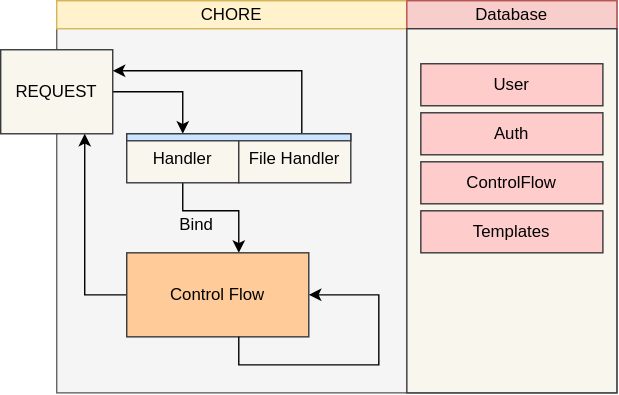
Earlier version of the draw.io export docs/info/assets/chore-diagram.svg (rakunlabs/chore). Source tidied: cells renumbered, new cells last; positions are measured from the earlier drawing's top-left corner, leaving out a move shared by most shapes.
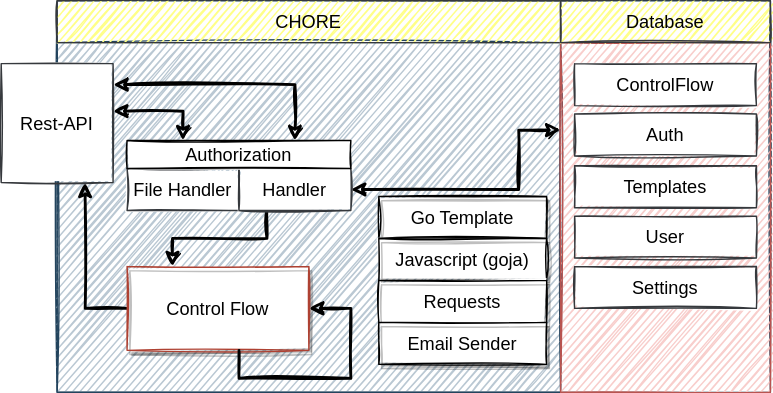
The same file after the commit.

What changed in the source:
```diff
@@ -2,77 +2,105 @@
   <root>
     <mxCell id="0" />
     <mxCell id="1" parent="0" />
+    <mxCell id="21" style="rounded=0;whiteSpace=wrap;html=1;fillColor=default;strokeColor=#23445d;sketch=1;shadow=0;strokeWidth=1;fontFamily=Helvetica;fontSize=13;" parent="1" vertex="1">
+      <mxGeometry x="40" width="510" height="280" as="geometry" />
+    </mxCell>
-    <mxCell id="2" style="rounded=0;whiteSpace=wrap;html=1;fillColor=#f5f5f5;fontColor=#333333;strokeColor=#666666;sketch=0;shadow=0;" parent="1" vertex="1">
-      <mxGeometry x="40" width="400" height="280" as="geometry" />
+    <mxCell id="2" style="rounded=0;whiteSpace=wrap;html=1;fillColor=#bac8d3;strokeColor=#23445d;sketch=1;shadow=0;strokeWidth=1;fontFamily=Helvetica;fontSize=13;" parent="1" vertex="1">
+      <mxGeometry x="40" y="30" width="360" height="250" as="geometry" />
     </mxCell>
-    <mxCell id="3" value="CHORE" style="rounded=0;whiteSpace=wrap;html=1;align=center;fillColor=#fff2cc;strokeColor=#d6b656;sketch=0;shadow=0;" parent="1" vertex="1">
-      <mxGeometry x="40" width="250" height="20" as="geometry" />
+    <mxCell id="3" value="CHORE" style="rounded=0;whiteSpace=wrap;html=1;align=center;fillColor=#ffff88;strokeColor=#36393d;sketch=1;shadow=0;strokeWidth=1;fontFamily=Helvetica;fontSize=13;" parent="1" vertex="1">
+      <mxGeometry x="40" width="360" height="30" as="geometry" />
     </mxCell>
-    <mxCell id="4" style="edgeStyle=orthogonalEdgeStyle;rounded=0;jettySize=auto;html=1;sketch=0;shadow=0;" parent="1" edge="1" source="5" target="10">
+    <mxCell id="4" style="edgeStyle=orthogonalEdgeStyle;rounded=0;jettySize=auto;html=1;sketch=1;shadow=0;strokeWidth=2;entryX=0.25;entryY=0;entryDx=0;entryDy=0;exitX=0.25;exitY=1;exitDx=0;exitDy=0;fontFamily=Helvetica;fontSize=13;" parent="1" edge="1" source="12" target="10">
       <mxGeometry relative="1" as="geometry">
         <Array as="points">
-          <mxPoint x="130" y="150" />
-          <mxPoint x="170" y="150" />
+          <mxPoint x="190" y="170" />
+          <mxPoint x="123" y="170" />
         </Array>
       </mxGeometry>
     </mxCell>
-    <mxCell id="5" value="Handler" style="rounded=0;whiteSpace=wrap;html=1;fillColor=#f9f7ed;strokeColor=#36393d;sketch=0;shadow=0;" parent="1" vertex="1">
-      <mxGeometry x="90" y="95" width="80" height="35" as="geometry" />
+    <mxCell id="5" value="File Handler" style="rounded=0;whiteSpace=wrap;html=1;fillColor=default;strokeColor=#36393d;sketch=1;shadow=0;strokeWidth=1;fontFamily=Helvetica;fontSize=13;" parent="1" vertex="1">
+      <mxGeometry x="90" y="120" width="80" height="30" as="geometry" />
     </mxCell>
-    <mxCell id="6" style="edgeStyle=orthogonalEdgeStyle;rounded=0;jettySize=auto;html=1;entryX=0.5;entryY=0;entryDx=0;entryDy=0;sketch=0;shadow=0;" parent="1" edge="1" source="7" target="5">
-      <mxGeometry relative="1" as="geometry" />
+    <mxCell id="6" style="edgeStyle=orthogonalEdgeStyle;rounded=0;jettySize=auto;html=1;entryX=0.25;entryY=0;entryDx=0;entryDy=0;sketch=1;shadow=0;strokeWidth=2;exitX=0.999;exitY=0.4;exitDx=0;exitDy=0;exitPerimeter=0;startArrow=classic;startFill=1;fontFamily=Helvetica;fontSize=13;" parent="1" edge="1" source="7" target="14">
+      <mxGeometry relative="1" as="geometry">
+        <Array as="points">
+          <mxPoint x="130" y="79" />
+        </Array>
+      </mxGeometry>
     </mxCell>
-    <mxCell id="7" value="REQUEST" style="rounded=0;whiteSpace=wrap;html=1;sketch=0;shadow=0;fillColor=#f9f7ed;strokeColor=#36393d;" parent="1" vertex="1">
-      <mxGeometry y="35" width="80" height="60" as="geometry" />
+    <mxCell id="7" value="Rest-API" style="rounded=0;whiteSpace=wrap;html=1;sketch=1;shadow=0;fillColor=default;strokeColor=#36393d;strokeWidth=1;fontFamily=Helvetica;fontSize=13;" parent="1" vertex="1">
+      <mxGeometry y="45" width="80" height="85" as="geometry" />
     </mxCell>
-    <mxCell id="8" value="Database" style="rounded=0;whiteSpace=wrap;html=1;fillColor=#f8cecc;strokeColor=#b85450;sketch=0;shadow=0;" parent="1" vertex="1">
-      <mxGeometry x="290" width="150" height="20" as="geometry" />
-    </mxCell>
-    <mxCell id="9" style="edgeStyle=orthogonalEdgeStyle;rounded=0;jettySize=auto;html=1;entryX=0.75;entryY=1;entryDx=0;entryDy=0;sketch=0;shadow=0;" parent="1" edge="1" source="10" target="7">
+    <mxCell id="9" style="edgeStyle=orthogonalEdgeStyle;rounded=0;jettySize=auto;html=1;entryX=0.75;entryY=1;entryDx=0;entryDy=0;sketch=1;shadow=0;strokeWidth=2;fontFamily=Helvetica;fontSize=13;" parent="1" edge="1" source="10" target="7">
       <mxGeometry relative="1" as="geometry" />
     </mxCell>
-    <mxCell id="10" value="Control Flow" style="whiteSpace=wrap;html=1;rounded=0;fillColor=#ffcc99;strokeColor=#36393d;sketch=0;shadow=0;glass=0;" parent="1" vertex="1">
-      <mxGeometry x="90" y="180" width="130" height="60" as="geometry" />
+    <mxCell id="10" value="Control Flow" style="whiteSpace=wrap;html=1;rounded=0;sketch=1;shadow=1;glass=0;strokeWidth=1;fillColor=default;strokeColor=#ae4132;fontFamily=Helvetica;fontSize=13;" parent="1" vertex="1">
+      <mxGeometry x="90" y="190" width="130" height="60" as="geometry" />
     </mxCell>
-    <mxCell id="11" style="edgeStyle=orthogonalEdgeStyle;rounded=0;jettySize=auto;html=1;entryX=1;entryY=0.25;entryDx=0;entryDy=0;sketch=0;shadow=0;" parent="1" edge="1" source="12" target="7">
+    <mxCell id="11" style="edgeStyle=orthogonalEdgeStyle;rounded=0;jettySize=auto;html=1;sketch=1;shadow=0;exitX=0.75;exitY=0;exitDx=0;exitDy=0;strokeWidth=2;startArrow=classic;startFill=1;fontFamily=Helvetica;fontSize=13;" parent="1" edge="1" source="14">
       <mxGeometry relative="1" as="geometry">
+        <mxPoint x="80" y="60" as="targetPoint" />
         <Array as="points">
-          <mxPoint x="215" y="50" />
+          <mxPoint x="210" y="60" />
+          <mxPoint x="80" y="60" />
         </Array>
       </mxGeometry>
     </mxCell>
+    <mxCell id="22" style="edgeStyle=elbowEdgeStyle;rounded=0;jettySize=auto;html=1;exitX=1;exitY=0.5;exitDx=0;exitDy=0;entryX=1;entryY=0.25;entryDx=0;entryDy=0;startArrow=classic;startFill=1;strokeColor=#000000;strokeWidth=2;sketch=1;shadow=0;fontFamily=Helvetica;fontSize=13;" parent="1" edge="1" source="12" target="2">
+      <mxGeometry relative="1" as="geometry">
+        <Array as="points">
+          <mxPoint x="370" y="100" />
+        </Array>
+      </mxGeometry>
+    </mxCell>
-    <mxCell id="12" value="File Handler" style="rounded=0;whiteSpace=wrap;html=1;fillColor=#f9f7ed;strokeColor=#36393d;sketch=0;shadow=0;" parent="1" vertex="1">
-      <mxGeometry x="170" y="95" width="80" height="35" as="geometry" />
+    <mxCell id="12" value="Handler" style="rounded=0;whiteSpace=wrap;html=1;fillColor=default;strokeColor=#36393d;sketch=1;shadow=0;strokeWidth=1;fontFamily=Helvetica;fontSize=13;" parent="1" vertex="1">
+      <mxGeometry x="170" y="120" width="80" height="30" as="geometry" />
     </mxCell>
-    <mxCell id="13" style="edgeStyle=orthogonalEdgeStyle;rounded=0;orthogonalLoop=1;jettySize=auto;html=1;entryX=1;entryY=0.5;entryDx=0;entryDy=0;sketch=0;shadow=0;" parent="1" edge="1" source="10" target="10">
+    <mxCell id="13" style="edgeStyle=orthogonalEdgeStyle;rounded=0;orthogonalLoop=1;jettySize=auto;html=1;entryX=1;entryY=0.5;entryDx=0;entryDy=0;sketch=1;shadow=0;strokeWidth=2;fontFamily=Helvetica;fontSize=13;" parent="1" edge="1" source="10" target="10">
       <mxGeometry relative="1" as="geometry">
         <Array as="points">
-          <mxPoint x="170" y="260" />
-          <mxPoint x="270" y="260" />
-          <mxPoint x="270" y="210" />
+          <mxPoint x="170" y="270" />
+          <mxPoint x="250" y="270" />
+          <mxPoint x="250" y="220" />
         </Array>
       </mxGeometry>
     </mxCell>
-    <mxCell id="14" style="rounded=0;whiteSpace=wrap;html=1;shadow=0;glass=0;fillColor=#cce5ff;strokeColor=#36393d;" parent="1" vertex="1">
-      <mxGeometry x="90" y="95" width="160" height="5" as="geometry" />
+    <mxCell id="14" value="Authorization" style="rounded=0;whiteSpace=wrap;html=1;shadow=0;glass=0;strokeWidth=1;sketch=1;fontFamily=Helvetica;fontSize=13;" parent="1" vertex="1">
+      <mxGeometry x="90" y="100" width="160" height="20" as="geometry" />
     </mxCell>
-    <mxCell id="15" value="Bind" style="text;html=1;strokeColor=none;fillColor=none;align=center;verticalAlign=middle;whiteSpace=wrap;rounded=0;shadow=0;glass=0;" parent="1" vertex="1">
-      <mxGeometry x="110" y="152.5" width="60" height="15" as="geometry" />
-    </mxCell>
-    <mxCell id="16" style="rounded=0;whiteSpace=wrap;html=1;shadow=0;glass=0;fillColor=#f9f7ed;strokeColor=#36393d;" parent="1" vertex="1">
-      <mxGeometry x="290" y="20" width="150" height="260" as="geometry" />
+    <mxCell id="16" style="rounded=0;whiteSpace=wrap;html=1;shadow=0;glass=0;fillColor=#f8cecc;strokeColor=#b85450;strokeWidth=1;sketch=1;fontFamily=Helvetica;fontSize=13;" parent="1" vertex="1">
+      <mxGeometry x="400" y="30" width="150" height="250" as="geometry" />
     </mxCell>
-    <mxCell id="17" value="User" style="rounded=0;whiteSpace=wrap;html=1;shadow=0;glass=0;fillColor=#ffcccc;strokeColor=#36393d;" parent="1" vertex="1">
-      <mxGeometry x="300" y="45" width="130" height="30" as="geometry" />
+    <mxCell id="17" value="ControlFlow" style="rounded=0;whiteSpace=wrap;html=1;shadow=0;glass=0;fillColor=default;strokeColor=#36393d;strokeWidth=1;sketch=1;fontFamily=Helvetica;fontSize=13;" parent="1" vertex="1">
+      <mxGeometry x="410" y="45" width="130" height="30" as="geometry" />
     </mxCell>
-    <mxCell id="18" value="ControlFlow" style="rounded=0;whiteSpace=wrap;html=1;shadow=0;glass=0;fillColor=#ffcccc;strokeColor=#36393d;" parent="1" vertex="1">
-      <mxGeometry x="300" y="115" width="130" height="30" as="geometry" />
+    <mxCell id="18" value="Templates" style="rounded=0;whiteSpace=wrap;html=1;shadow=0;glass=0;fillColor=default;strokeColor=#36393d;strokeWidth=1;sketch=1;fontFamily=Helvetica;fontSize=13;" parent="1" vertex="1">
+      <mxGeometry x="410" y="118" width="130" height="30" as="geometry" />
     </mxCell>
-    <mxCell id="19" value="Auth" style="rounded=0;whiteSpace=wrap;html=1;shadow=0;glass=0;fillColor=#ffcccc;strokeColor=#36393d;" parent="1" vertex="1">
-      <mxGeometry x="300" y="80" width="130" height="30" as="geometry" />
+    <mxCell id="19" value="Auth" style="rounded=0;whiteSpace=wrap;html=1;shadow=0;glass=0;fillColor=default;strokeColor=#36393d;strokeWidth=1;sketch=1;fontFamily=Helvetica;fontSize=13;" parent="1" vertex="1">
+      <mxGeometry x="410" y="81" width="130" height="30" as="geometry" />
     </mxCell>
-    <mxCell id="20" value="Templates" style="rounded=0;whiteSpace=wrap;html=1;shadow=0;glass=0;fillColor=#ffcccc;strokeColor=#36393d;" parent="1" vertex="1">
-      <mxGeometry x="300" y="150" width="130" height="30" as="geometry" />
+    <mxCell id="20" value="User" style="rounded=0;whiteSpace=wrap;html=1;shadow=0;glass=0;fillColor=default;strokeColor=#36393d;strokeWidth=1;sketch=1;fontFamily=Helvetica;fontSize=13;" parent="1" vertex="1">
+      <mxGeometry x="410" y="154" width="130" height="30" as="geometry" />
     </mxCell>
+    <mxCell id="23" value="Settings" style="rounded=0;whiteSpace=wrap;html=1;shadow=0;glass=0;fillColor=default;strokeColor=#36393d;strokeWidth=1;sketch=1;fontFamily=Helvetica;fontSize=13;" parent="1" vertex="1">
+      <mxGeometry x="410" y="190" width="130" height="30" as="geometry" />
+    </mxCell>
+    <mxCell id="8" value="Database" style="rounded=0;whiteSpace=wrap;html=1;fillColor=#ffff88;strokeColor=#36393d;sketch=1;shadow=0;strokeWidth=1;fontFamily=Helvetica;fontSize=13;" parent="1" vertex="1">
+      <mxGeometry x="400" width="150" height="30" as="geometry" />
+    </mxCell>
+    <mxCell id="24" value="Go Template" style="rounded=0;whiteSpace=wrap;html=1;sketch=1;strokeWidth=1;shadow=1;fontFamily=Helvetica;fontSize=13;" parent="1" vertex="1">
+      <mxGeometry x="270" y="140" width="120" height="30" as="geometry" />
+    </mxCell>
+    <mxCell id="25" value="Javascript (goja)" style="rounded=0;whiteSpace=wrap;html=1;sketch=1;strokeWidth=1;shadow=1;fontFamily=Helvetica;fontSize=13;" parent="1" vertex="1">
+      <mxGeometry x="270" y="170" width="120" height="30" as="geometry" />
+    </mxCell>
+    <mxCell id="26" value="Requests" style="rounded=0;whiteSpace=wrap;html=1;sketch=1;strokeWidth=1;shadow=1;fontFamily=Helvetica;fontSize=13;" parent="1" vertex="1">
+      <mxGeometry x="270" y="200" width="120" height="30" as="geometry" />
+    </mxCell>
+    <mxCell id="27" value="Email Sender" style="rounded=0;whiteSpace=wrap;html=1;sketch=1;strokeWidth=1;shadow=1;fontFamily=Helvetica;fontSize=13;" parent="1" vertex="1">
+      <mxGeometry x="270" y="230" width="120" height="30" as="geometry" />
+    </mxCell>
   </root>
 </mxGraphModel>
```
